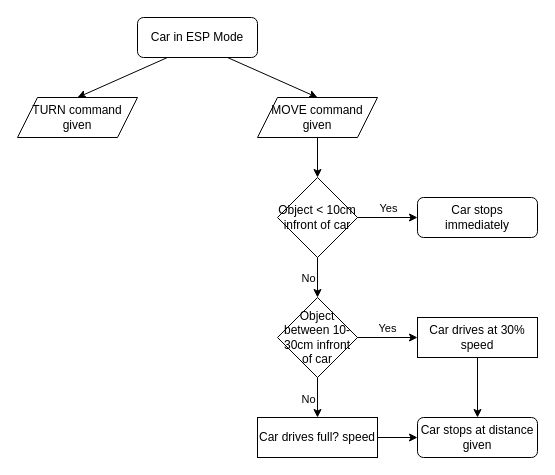
Above: flowchart/flowchart_wip.drawio in ZackedBy/smart-vehicle (draw.io), before the change. Source tidied: cells renumbered, new cells numbered last; positions are measured from the earlier drawing's top-left corner, leaving out a move shared by most shapes. Both pictures are drawn from the tidied source at 100%, with x=0, y=0 at pixel (17, 17).
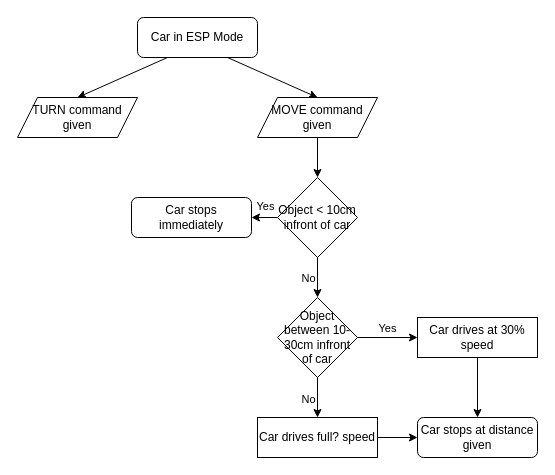
The same diagram, later.

The change refers to these unchanged cells:
```xml
<mxCell id="7" value="&lt;div&gt;Object &amp;lt; 10cm&lt;/div&gt;&lt;div&gt;infront of car&lt;br&gt;&lt;/div&gt;" style="rhombus;whiteSpace=wrap;html=1;" parent="1" vertex="1">
  <mxGeometry x="260" y="160" width="80" height="80" as="geometry" />
</mxCell>
```

The edit, as a diff of the source:
```diff
@@
     <mxCell id="9" value="Car stops immediately" style="rounded=1;whiteSpace=wrap;html=1;" parent="1" vertex="1">
-      <mxGeometry x="400" y="180" width="120" height="40" as="geometry" />
+      <mxGeometry x="114" y="180" width="120" height="40" as="geometry" />
     </mxCell>
-    <mxCell id="10" style="endArrow=classic;html=1;rounded=0;exitX=1;exitY=0.5;exitDx=0;exitDy=0;entryX=0;entryY=0.5;entryDx=0;entryDy=0;" parent="1" edge="1" source="7" target="9">
-      <mxGeometry relative="1" as="geometry" />
+    <mxCell id="10" style="endArrow=classic;html=1;rounded=0;entryX=1;entryY=0.5;entryDx=0;entryDy=0;" parent="1" edge="1" target="9">
+      <mxGeometry relative="1" as="geometry">
+        <mxPoint x="260" y="200" as="sourcePoint" />
+      </mxGeometry>
     </mxCell>
```
